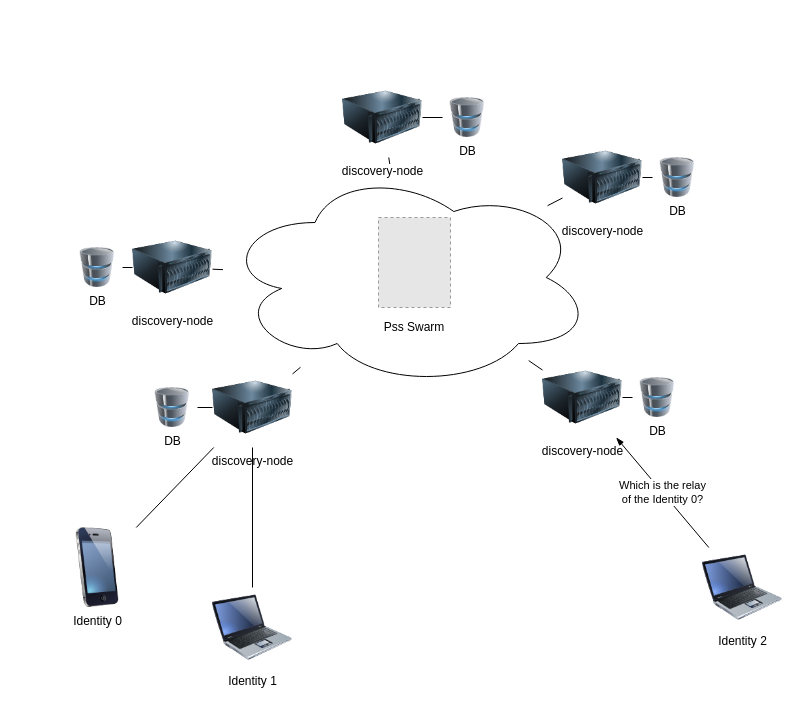
iden3/discovery-node keeps this draw.io diagram as docs/network00.drawio. Above is the earlier version. Source tidied: cells renumbered, new cells numbered last; positions are measured from the earlier drawing's top-left corner, leaving out a move shared by most shapes. Both pictures are drawn from the tidied source at 100%, with x=0, y=0 at pixel (57, 77). Pictures stored in the file or linked from it are replaced by grey dashed boxes.
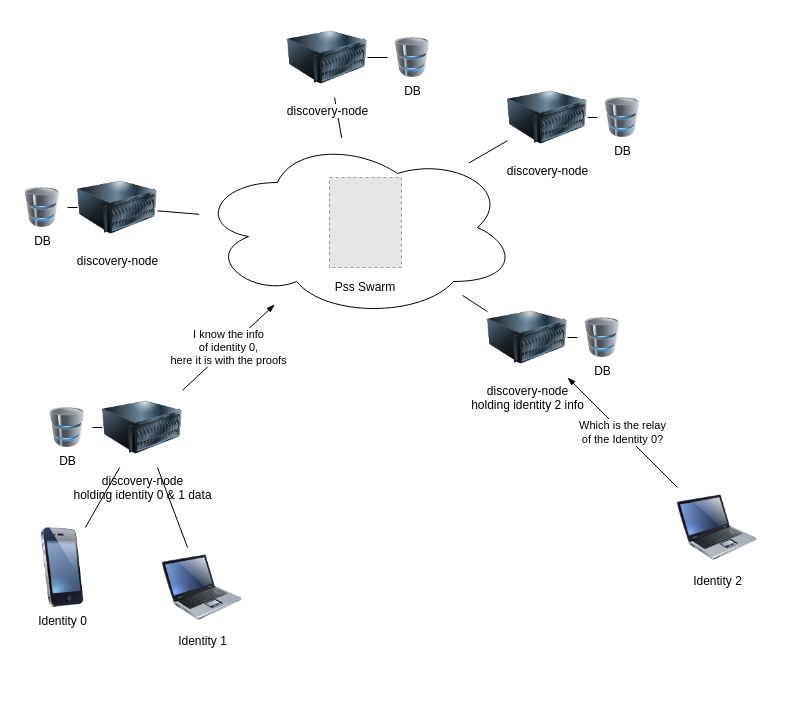
The same page after the edit.

What changed in the source:
```diff
@@
-    <mxCell id="2" style="rounded=0;jettySize=auto;html=1;endArrow=none;endFill=0;" parent="1" edge="1" source="4" target="14">
-      <mxGeometry relative="1" as="geometry" />
-    </mxCell>
-    <mxCell id="3" style="edgeStyle=none;rounded=0;jettySize=auto;html=1;exitX=0;exitY=0.5;exitDx=0;exitDy=0;endArrow=none;endFill=0;" parent="1" edge="1" source="4" target="22">
-      <mxGeometry relative="1" as="geometry" />
-    </mxCell>
-    <mxCell id="4" value="discovery-node" style="image;html=1;labelBackgroundColor=#ffffff;image=img/lib/clip_art/computers/Server_128x128.png;" parent="1" vertex="1">
-      <mxGeometry x="75" y="150" width="80" height="80" as="geometry" />
-    </mxCell>
-    <mxCell id="5" style="rounded=0;jettySize=auto;html=1;endArrow=none;endFill=0;" parent="1" edge="1" source="7" target="14">
-      <mxGeometry relative="1" as="geometry" />
-    </mxCell>
-    <mxCell id="6" style="edgeStyle=none;rounded=0;jettySize=auto;html=1;exitX=1;exitY=0.5;exitDx=0;exitDy=0;endArrow=none;endFill=0;" parent="1" edge="1" source="7" target="21">
-      <mxGeometry relative="1" as="geometry" />
-    </mxCell>
-    <mxCell id="7" value="discovery-node" style="image;html=1;labelBackgroundColor=#ffffff;image=img/lib/clip_art/computers/Server_128x128.png;" parent="1" vertex="1">
-      <mxGeometry x="285" width="80" height="80" as="geometry" />
-    </mxCell>
-    <mxCell id="8" style="edgeStyle=none;rounded=0;jettySize=auto;html=1;endArrow=none;endFill=0;" parent="1" edge="1" source="10" target="14">
-      <mxGeometry relative="1" as="geometry" />
-    </mxCell>
-    <mxCell id="9" style="edgeStyle=none;rounded=0;jettySize=auto;html=1;exitX=1;exitY=0.5;exitDx=0;exitDy=0;endArrow=none;endFill=0;" parent="1" edge="1" source="10" target="20">
-      <mxGeometry relative="1" as="geometry" />
-    </mxCell>
-    <mxCell id="10" value="discovery-node" style="image;html=1;labelBackgroundColor=#ffffff;image=img/lib/clip_art/computers/Server_128x128.png;" parent="1" vertex="1">
-      <mxGeometry x="505" y="60" width="80" height="80" as="geometry" />
-    </mxCell>
-    <mxCell id="11" style="edgeStyle=none;rounded=0;jettySize=auto;html=1;endArrow=none;endFill=0;" parent="1" edge="1" source="13" target="14">
-      <mxGeometry relative="1" as="geometry" />
-    </mxCell>
-    <mxCell id="12" style="edgeStyle=none;rounded=0;jettySize=auto;html=1;exitX=1;exitY=0.5;exitDx=0;exitDy=0;endArrow=none;endFill=0;" parent="1" edge="1" source="13" target="24">
-      <mxGeometry relative="1" as="geometry" />
-    </mxCell>
-    <mxCell id="13" value="discovery-node" style="image;html=1;labelBackgroundColor=#ffffff;image=img/lib/clip_art/computers/Server_128x128.png;" parent="1" vertex="1">
-      <mxGeometry x="485" y="280" width="80" height="80" as="geometry" />
-    </mxCell>
-    <mxCell id="14" style="ellipse;shape=cloud;whiteSpace=wrap;html=1;" parent="1" vertex="1">
-      <mxGeometry x="165" y="90" width="370" height="220" as="geometry" />
-    </mxCell>
-    <mxCell id="15" style="edgeStyle=none;rounded=0;jettySize=auto;html=1;endArrow=none;endFill=0;" parent="1" edge="1" source="17" target="14">
-      <mxGeometry relative="1" as="geometry" />
-    </mxCell>
-    <mxCell id="16" style="edgeStyle=none;rounded=0;jettySize=auto;html=1;exitX=0;exitY=0.5;exitDx=0;exitDy=0;endArrow=none;endFill=0;" parent="1" edge="1" source="17" target="23">
-      <mxGeometry relative="1" as="geometry" />
-    </mxCell>
-    <mxCell id="17" value="discovery-node" style="image;html=1;labelBackgroundColor=#ffffff;image=img/lib/clip_art/computers/Server_128x128.png;" parent="1" vertex="1">
-      <mxGeometry x="155" y="290" width="80" height="80" as="geometry" />
-    </mxCell>
-    <mxCell id="18" style="fillColor=#E6E6E6;strokeColor=#999999;dashed=1;verticalLabelPosition=bottom;labelBackgroundColor=#ffffff;verticalAlign=top;" parent="1" vertex="1">
-      <mxGeometry x="321" y="140" width="72" height="90" as="geometry" />
-    </mxCell>
+    <mxCell id="31" style="rounded=0;jettySize=auto;html=1;endArrow=none;endFill=0;" parent="1" edge="1" source="33" target="43">
+      <mxGeometry relative="1" as="geometry" />
+    </mxCell>
+    <mxCell id="32" style="edgeStyle=none;rounded=0;jettySize=auto;html=1;exitX=0;exitY=0.5;exitDx=0;exitDy=0;endArrow=none;endFill=0;" parent="1" edge="1" source="33" target="50">
+      <mxGeometry relative="1" as="geometry" />
+    </mxCell>
+    <mxCell id="33" value="discovery-node" style="image;html=1;labelBackgroundColor=#ffffff;image=img/lib/clip_art/computers/Server_128x128.png;" parent="1" vertex="1">
+      <mxGeometry x="20" y="90" width="80" height="80" as="geometry" />
+    </mxCell>
+    <mxCell id="34" style="rounded=0;jettySize=auto;html=1;endArrow=none;endFill=0;" parent="1" edge="1" source="36" target="43">
+      <mxGeometry relative="1" as="geometry" />
+    </mxCell>
+    <mxCell id="35" style="edgeStyle=none;rounded=0;jettySize=auto;html=1;exitX=1;exitY=0.5;exitDx=0;exitDy=0;endArrow=none;endFill=0;" parent="1" edge="1" source="36" target="49">
+      <mxGeometry relative="1" as="geometry" />
+    </mxCell>
+    <mxCell id="36" value="discovery-node" style="image;html=1;labelBackgroundColor=#ffffff;image=img/lib/clip_art/computers/Server_128x128.png;" parent="1" vertex="1">
+      <mxGeometry x="230" y="-60" width="80" height="80" as="geometry" />
+    </mxCell>
+    <mxCell id="37" style="edgeStyle=none;rounded=0;jettySize=auto;html=1;endArrow=none;endFill=0;" parent="1" edge="1" source="39" target="43">
+      <mxGeometry relative="1" as="geometry" />
+    </mxCell>
+    <mxCell id="38" style="edgeStyle=none;rounded=0;jettySize=auto;html=1;exitX=1;exitY=0.5;exitDx=0;exitDy=0;endArrow=none;endFill=0;" parent="1" edge="1" source="39" target="48">
+      <mxGeometry relative="1" as="geometry" />
+    </mxCell>
+    <mxCell id="39" value="discovery-node" style="image;html=1;labelBackgroundColor=#ffffff;image=img/lib/clip_art/computers/Server_128x128.png;" parent="1" vertex="1">
+      <mxGeometry x="450" width="80" height="80" as="geometry" />
+    </mxCell>
+    <mxCell id="40" style="edgeStyle=none;rounded=0;jettySize=auto;html=1;endArrow=none;endFill=0;" parent="1" edge="1" source="42" target="43">
+      <mxGeometry relative="1" as="geometry" />
+    </mxCell>
+    <mxCell id="41" style="edgeStyle=none;rounded=0;jettySize=auto;html=1;exitX=1;exitY=0.5;exitDx=0;exitDy=0;endArrow=none;endFill=0;" parent="1" edge="1" source="42" target="52">
+      <mxGeometry relative="1" as="geometry" />
+    </mxCell>
+    <mxCell id="42" value="discovery-node&lt;br&gt;holding identity 2 info&lt;br&gt;" style="image;html=1;labelBackgroundColor=#ffffff;image=img/lib/clip_art/computers/Server_128x128.png;" parent="1" vertex="1">
+      <mxGeometry x="430" y="220" width="80" height="80" as="geometry" />
+    </mxCell>
+    <mxCell id="43" style="ellipse;shape=cloud;whiteSpace=wrap;html=1;" parent="1" vertex="1">
+      <mxGeometry x="140" y="60" width="320" height="180" as="geometry" />
+    </mxCell>
+    <mxCell id="44" value="I know the info&lt;br&gt;of identity 0,&lt;br&gt;here it is with the proofs&lt;br&gt;" style="edgeStyle=none;rounded=0;jettySize=auto;html=1;endArrow=blockThin;endFill=1;" parent="1" edge="1" source="46" target="43">
+      <mxGeometry relative="1" as="geometry" />
+    </mxCell>
+    <mxCell id="45" style="edgeStyle=none;rounded=0;jettySize=auto;html=1;exitX=0;exitY=0.5;exitDx=0;exitDy=0;endArrow=none;endFill=0;" parent="1" edge="1" source="46" target="51">
+      <mxGeometry relative="1" as="geometry" />
+    </mxCell>
+    <mxCell id="46" value="discovery-node&lt;br&gt;holding identity 0 &amp;amp; 1 data&lt;br&gt;" style="image;html=1;labelBackgroundColor=#ffffff;image=img/lib/clip_art/computers/Server_128x128.png;" parent="1" vertex="1">
+      <mxGeometry x="45" y="310" width="80" height="80" as="geometry" />
+    </mxCell>
+    <mxCell id="47" style="fillColor=#E6E6E6;strokeColor=#999999;dashed=1;verticalLabelPosition=bottom;labelBackgroundColor=#ffffff;verticalAlign=top;" parent="1" vertex="1">
+      <mxGeometry x="272" y="100" width="72" height="90" as="geometry" />
+    </mxCell>
     <mxCell id="19" value="Pss Swarm" style="text;html=1;strokeColor=none;fillColor=none;align=center;verticalAlign=middle;whiteSpace=wrap;rounded=0;" parent="1" vertex="1">
-      <mxGeometry x="315" y="240" width="84" height="20" as="geometry" />
+      <mxGeometry x="266" y="200" width="84" height="20" as="geometry" />
     </mxCell>
-    <mxCell id="20" value="DB" style="image;html=1;labelBackgroundColor=#ffffff;image=img/lib/clip_art/computers/Database_128x128.png;" parent="1" vertex="1">
-      <mxGeometry x="595" y="80" width="50" height="40" as="geometry" />
-    </mxCell>
-    <mxCell id="21" value="DB" style="image;html=1;labelBackgroundColor=#ffffff;image=img/lib/clip_art/computers/Database_128x128.png;" parent="1" vertex="1">
-      <mxGeometry x="385" y="20" width="50" height="40" as="geometry" />
-    </mxCell>
-    <mxCell id="22" value="DB" style="image;html=1;labelBackgroundColor=#ffffff;image=img/lib/clip_art/computers/Database_128x128.png;" parent="1" vertex="1">
-      <mxGeometry x="15" y="170" width="50" height="40" as="geometry" />
-    </mxCell>
-    <mxCell id="23" value="DB" style="image;html=1;labelBackgroundColor=#ffffff;image=img/lib/clip_art/computers/Database_128x128.png;" parent="1" vertex="1">
-      <mxGeometry x="90" y="310" width="50" height="40" as="geometry" />
-    </mxCell>
-    <mxCell id="24" value="DB" style="image;html=1;labelBackgroundColor=#ffffff;image=img/lib/clip_art/computers/Database_128x128.png;" parent="1" vertex="1">
-      <mxGeometry x="575" y="300" width="50" height="40" as="geometry" />
-    </mxCell>
-    <mxCell id="25" style="edgeStyle=none;rounded=0;jettySize=auto;html=1;endArrow=none;endFill=0;" parent="1" edge="1" source="26" target="17">
-      <mxGeometry relative="1" as="geometry" />
-    </mxCell>
+    <mxCell id="48" value="DB" style="image;html=1;labelBackgroundColor=#ffffff;image=img/lib/clip_art/computers/Database_128x128.png;" parent="1" vertex="1">
+      <mxGeometry x="540" y="20" width="50" height="40" as="geometry" />
+    </mxCell>
+    <mxCell id="49" value="DB" style="image;html=1;labelBackgroundColor=#ffffff;image=img/lib/clip_art/computers/Database_128x128.png;" parent="1" vertex="1">
+      <mxGeometry x="330" y="-40" width="50" height="40" as="geometry" />
+    </mxCell>
+    <mxCell id="50" value="DB" style="image;html=1;labelBackgroundColor=#ffffff;image=img/lib/clip_art/computers/Database_128x128.png;" parent="1" vertex="1">
+      <mxGeometry x="-40" y="110" width="50" height="40" as="geometry" />
+    </mxCell>
+    <mxCell id="51" value="DB" style="image;html=1;labelBackgroundColor=#ffffff;image=img/lib/clip_art/computers/Database_128x128.png;" parent="1" vertex="1">
+      <mxGeometry x="-15" y="330" width="50" height="40" as="geometry" />
+    </mxCell>
+    <mxCell id="52" value="DB" style="image;html=1;labelBackgroundColor=#ffffff;image=img/lib/clip_art/computers/Database_128x128.png;" parent="1" vertex="1">
+      <mxGeometry x="520" y="240" width="50" height="40" as="geometry" />
+    </mxCell>
+    <mxCell id="53" style="edgeStyle=none;rounded=0;jettySize=auto;html=1;endArrow=none;endFill=0;" parent="1" edge="1" source="26" target="46">
+      <mxGeometry relative="1" as="geometry" />
+    </mxCell>
     <mxCell id="26" value="Identity 0" style="image;html=1;labelBackgroundColor=#ffffff;image=img/lib/clip_art/telecommunication/iPhone_128x128.png;" parent="1" vertex="1">
-      <mxGeometry y="450" width="80" height="80" as="geometry" />
+      <mxGeometry x="-35" y="450" width="80" height="80" as="geometry" />
     </mxCell>
-    <mxCell id="27" value="Which is the relay&lt;br&gt;of the Identity 0?&lt;br&gt;" style="edgeStyle=none;rounded=0;jettySize=auto;html=1;endArrow=blockThin;endFill=1;" parent="1" edge="1" source="28" target="13">
+    <mxCell id="27" value="Which is the relay&lt;br&gt;of the Identity 0?&lt;br&gt;" style="edgeStyle=none;rounded=0;jettySize=auto;html=1;endArrow=blockThin;endFill=1;" parent="1" edge="1" source="28" target="42">
       <mxGeometry relative="1" as="geometry" />
     </mxCell>
     <mxCell id="28" value="Identity 2" style="image;html=1;labelBackgroundColor=#ffffff;image=img/lib/clip_art/computers/Laptop_128x128.png;" parent="1" vertex="1">
-      <mxGeometry x="645" y="470" width="80" height="80" as="geometry" />
+      <mxGeometry x="620" y="410" width="80" height="80" as="geometry" />
     </mxCell>
-    <mxCell id="29" style="edgeStyle=none;rounded=0;jettySize=auto;html=1;endArrow=none;endFill=0;" parent="1" edge="1" source="30" target="17">
-      <mxGeometry relative="1" as="geometry" />
-    </mxCell>
+    <mxCell id="54" style="edgeStyle=none;rounded=0;jettySize=auto;html=1;endArrow=none;endFill=0;" parent="1" edge="1" source="30" target="46">
+      <mxGeometry relative="1" as="geometry" />
+    </mxCell>
     <mxCell id="30" value="Identity 1" style="image;html=1;labelBackgroundColor=#ffffff;image=img/lib/clip_art/computers/Laptop_128x128.png;" parent="1" vertex="1">
-      <mxGeometry x="155" y="510" width="80" height="80" as="geometry" />
+      <mxGeometry x="105" y="470" width="80" height="80" as="geometry" />
     </mxCell>
```
